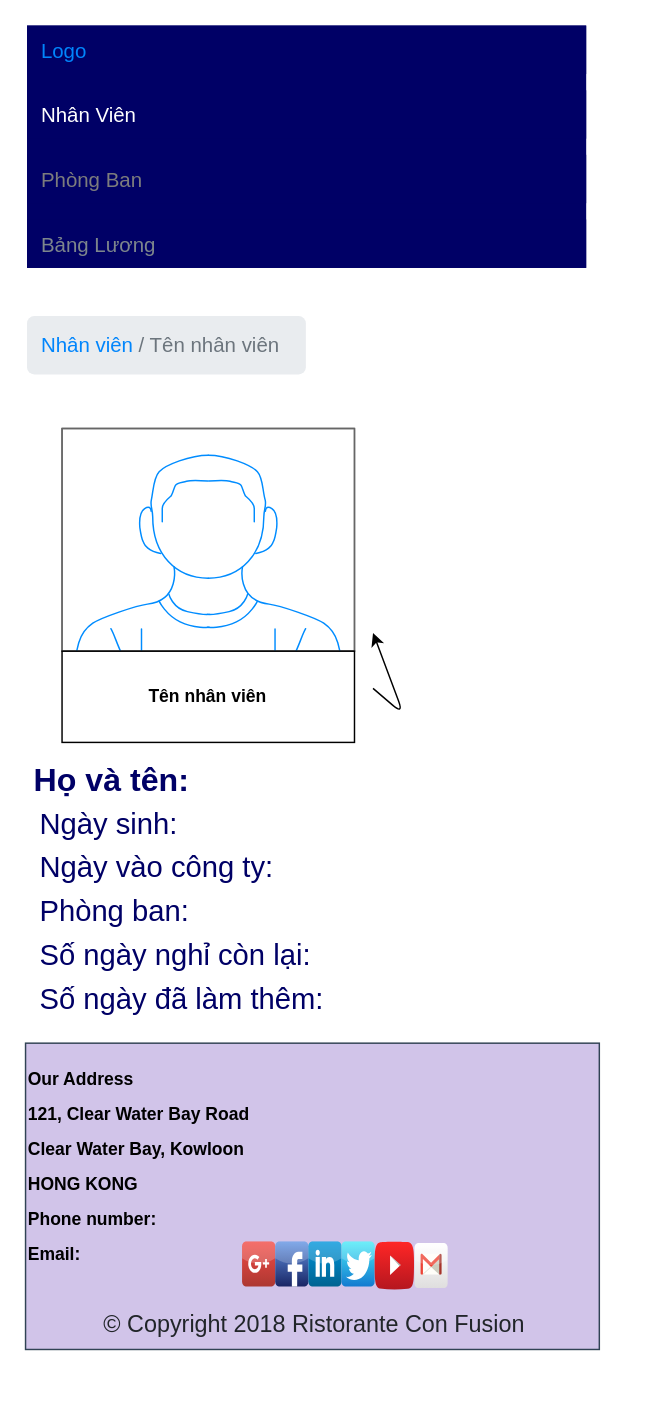
Earlier version of the draw.io diagram page "Page-10" (10 of 12) of test.drawio (19962608Na/React). Source tidied: cells renumbered, new cells numbered last; positions are measured from the earlier drawing's top-left corner, leaving out a move shared by most shapes. Both pictures are drawn from the tidied source at 146%, with x=0, y=0 at pixel (25, 25).
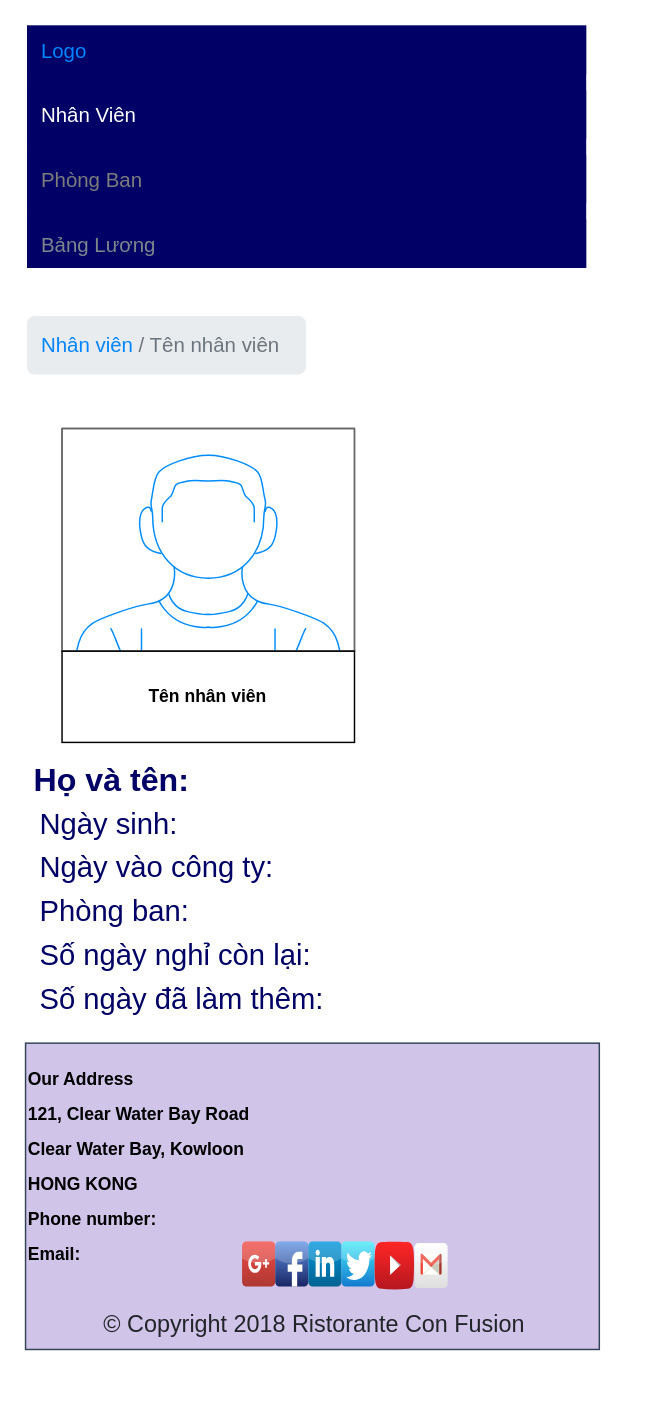
The same diagram, later.

Change to the diagram source:
```diff
@@
-    <mxCell id="10" style="edgeStyle=none;html=1;fontSize=15;fontColor=#FFFFFF;" parent="1" edge="1">
-      <mxGeometry relative="1" as="geometry">
-        <mxPoint x="238" y="454" as="sourcePoint" />
-        <mxPoint x="238" y="416" as="targetPoint" />
-        <Array as="points">
-          <mxPoint x="259" y="472" />
-        </Array>
-      </mxGeometry>
-    </mxCell>
```
